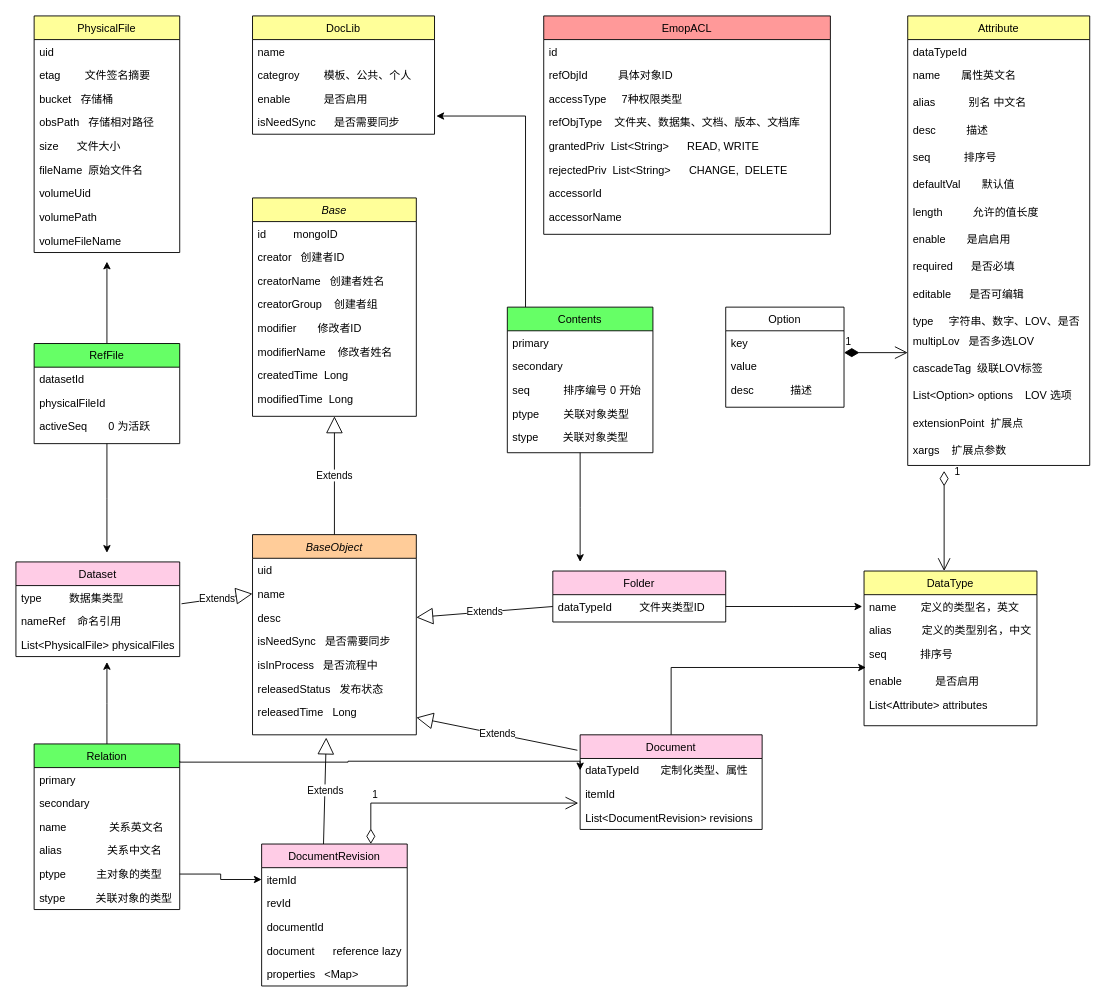
Before: doc.drawio in lvmq/emop, a draw.io diagram. Source tidied: cells renumbered, new cells numbered last; positions are measured from the earlier drawing's top-left corner, leaving out a move shared by most shapes. Both pictures are drawn from the tidied source at 91%, with x=0, y=0 at pixel (15, 15).
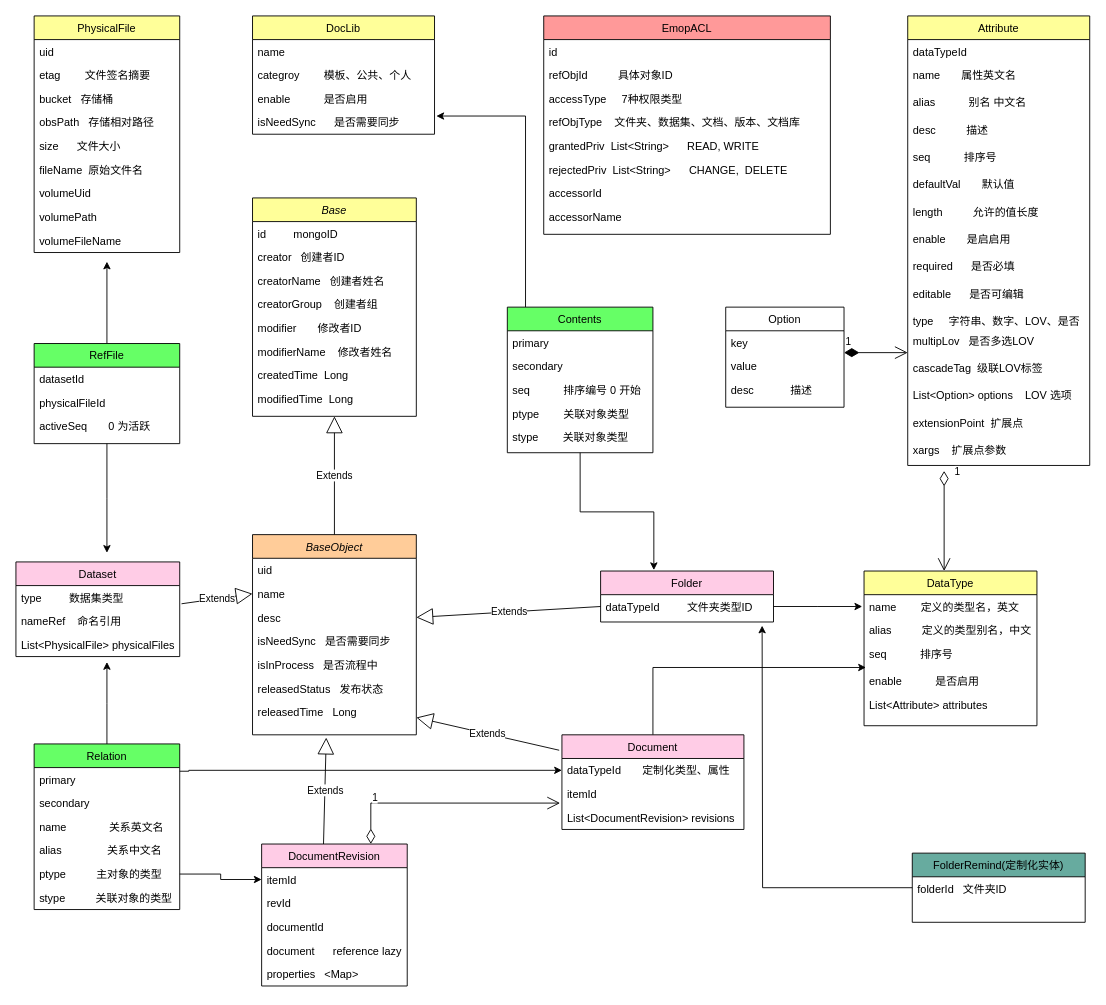
The same diagram, later.

The change refers to these unchanged cells:
```xml
<mxCell id="18" value="dataTypeId       定制化类型、属性" style="text;align=left;verticalAlign=top;spacingLeft=4;spacingRight=4;overflow=hidden;points=[[0,0.5],[1,0.5]];portConstraint=eastwest;" parent="17" vertex="1">
  <mxGeometry y="26" width="200" height="26" as="geometry" />
</mxCell>
<mxCell id="39" value="Contents" style="swimlane;fontStyle=0;align=center;verticalAlign=top;horizontal=1;startSize=26;rounded=0;shadow=0;strokeWidth=1;fillColor=#66FF66;" parent="1" vertex="1">
  <mxGeometry x="540" y="320" width="160" height="160" as="geometry" />
</mxCell>
```

Change to the diagram source:
```diff
@@
     <mxCell id="14" value="Folder&#10;" style="swimlane;fontStyle=0;align=center;verticalAlign=top;horizontal=1;startSize=26;rounded=0;shadow=0;strokeWidth=1;fillColor=#FFCCE6;" parent="1" vertex="1">
-      <mxGeometry x="590" y="610" width="190" height="56" as="geometry" />
+      <mxGeometry x="642.5" y="610" width="190" height="56" as="geometry" />
     </mxCell>
@@
     <mxCell id="17" value="Document" style="swimlane;fontStyle=0;align=center;verticalAlign=top;horizontal=1;startSize=26;rounded=0;shadow=0;strokeWidth=1;fillColor=#FFCCE6;" parent="1" vertex="1">
-      <mxGeometry x="620" y="790" width="200" height="104" as="geometry" />
+      <mxGeometry x="600" y="790" width="200" height="104" as="geometry" />
     </mxCell>
@@
-    <mxCell id="38" style="edgeStyle=orthogonalEdgeStyle;rounded=0;jettySize=auto;html=1;" parent="1" edge="1" source="39">
-      <mxGeometry relative="1" as="geometry">
-        <mxPoint x="620" y="600" as="targetPoint" />
-      </mxGeometry>
+    <mxCell id="38" style="edgeStyle=orthogonalEdgeStyle;rounded=0;jettySize=auto;html=1;entryX=0.308;entryY=-0.018;entryDx=0;entryDy=0;entryPerimeter=0;" parent="1" edge="1" source="39" target="14">
+      <mxGeometry relative="1" as="geometry" />
     </mxCell>
@@
-    <mxCell id="118" style="edgeStyle=orthogonalEdgeStyle;rounded=0;jettySize=auto;html=1;entryX=0;entryY=0.5;entryDx=0;entryDy=0;" parent="1" edge="1" target="18">
-      <mxGeometry relative="1" as="geometry">
-        <mxPoint x="180" y="819" as="sourcePoint" />
-        <Array as="points">
-          <mxPoint x="180" y="820" />
-          <mxPoint x="365" y="820" />
-          <mxPoint x="365" y="819" />
-        </Array>
-      </mxGeometry>
-    </mxCell>
@@
+    <mxCell id="120" style="edgeStyle=orthogonalEdgeStyle;rounded=0;jettySize=auto;html=1;" parent="1" edge="1" source="121">
+      <mxGeometry relative="1" as="geometry">
+        <mxPoint x="820" y="670" as="targetPoint" />
+      </mxGeometry>
+    </mxCell>
+    <mxCell id="121" value="FolderRemind(定制化实体)" style="swimlane;fontStyle=0;align=center;verticalAlign=top;horizontal=1;startSize=26;rounded=0;shadow=0;strokeWidth=1;fillColor=#67AB9F;" parent="1" vertex="1">
+      <mxGeometry x="985" y="920" width="190" height="76" as="geometry" />
+    </mxCell>
+    <mxCell id="122" value="folderId   文件夹ID" style="text;align=left;verticalAlign=top;spacingLeft=4;spacingRight=4;overflow=hidden;" parent="121" vertex="1">
+      <mxGeometry y="26" width="190" height="26" as="geometry" />
+    </mxCell>
+    <mxCell id="123" style="edgeStyle=orthogonalEdgeStyle;rounded=0;jettySize=auto;html=1;entryX=0;entryY=0.5;entryDx=0;entryDy=0;" parent="1" edge="1" target="18">
+      <mxGeometry relative="1" as="geometry">
+        <mxPoint x="180" y="830" as="sourcePoint" />
+        <Array as="points">
+          <mxPoint x="190" y="830" />
+          <mxPoint x="190" y="829" />
+        </Array>
+      </mxGeometry>
+    </mxCell>
```
